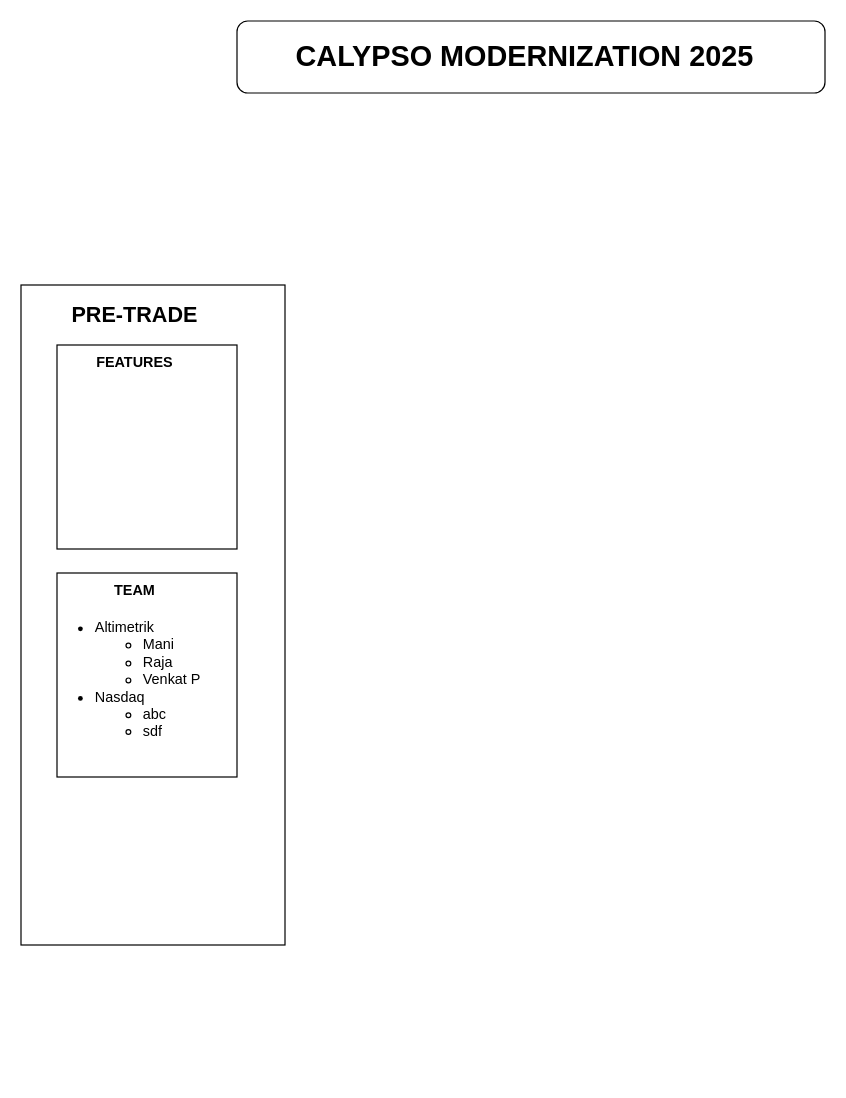
This is page "Roadmap 2025" (5 of 5) of Capital-Markets.drawio from rahulsrivastava-pro/Visualizations, a draw.io file, before an edit. Source tidied: cells renumbered, new cells numbered last; positions are measured from the earlier drawing's top-left corner, leaving out a move shared by most shapes. Both pictures are drawn from the tidied source at 120%, with x=0, y=0 at pixel (20, 20).
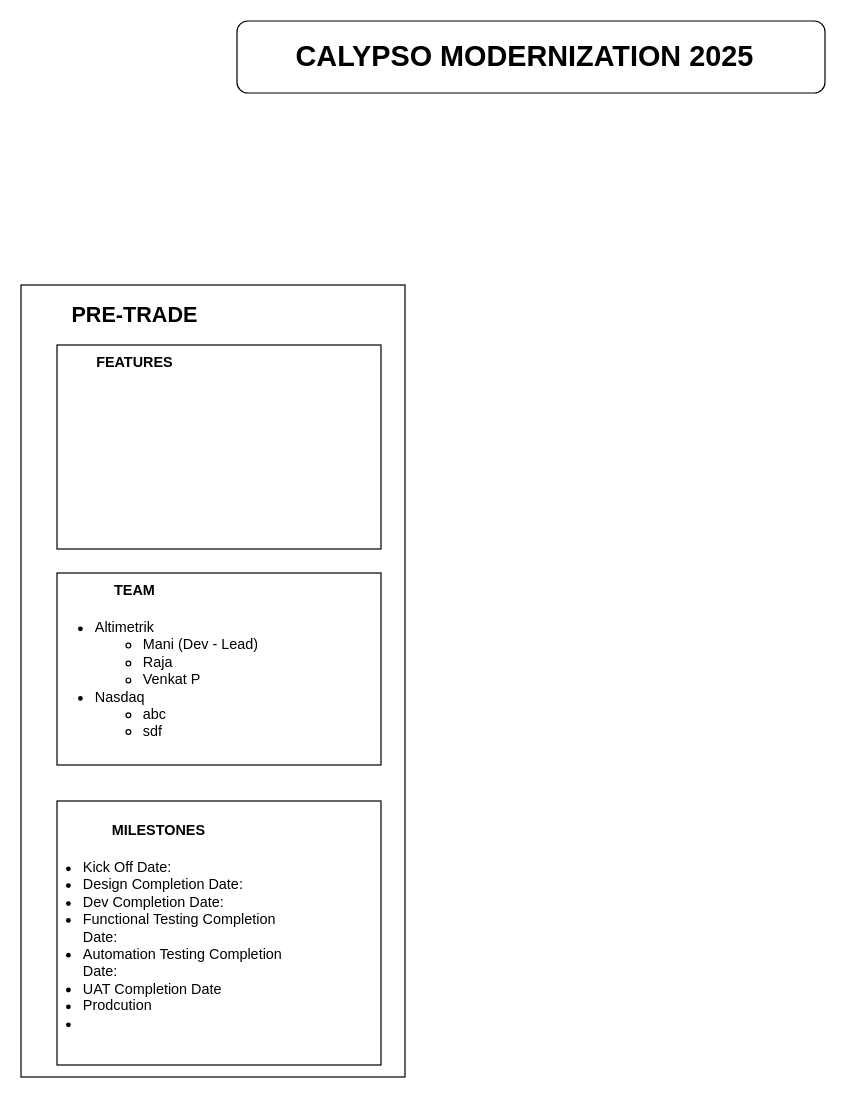
After the change.

What changed in the source:
```diff
@@
 <mxGraphModel>
   <root>
     <mxCell id="0" />
     <mxCell id="1" parent="0" />
     <mxCell id="2" style="rounded=1;whiteSpace=wrap;html=1;" parent="1" vertex="1">
       <mxGeometry x="180" width="490" height="60" as="geometry" />
     </mxCell>
     <mxCell id="3" style="rounded=0;whiteSpace=wrap;html=1;" parent="1" vertex="1">
-      <mxGeometry y="220" width="220" height="550" as="geometry" />
+      <mxGeometry y="220" width="320" height="660" as="geometry" />
     </mxCell>
     <mxCell id="4" value="&lt;div&gt;&lt;br&gt;&lt;/div&gt;&lt;div&gt;&lt;br&gt;&lt;/div&gt;" style="rounded=0;whiteSpace=wrap;html=1;" parent="1" vertex="1">
-      <mxGeometry x="30" y="270" width="150" height="170" as="geometry" />
+      <mxGeometry x="30" y="270" width="270" height="170" as="geometry" />
     </mxCell>
     <mxCell id="5" value="&lt;b&gt;FEATURES&lt;/b&gt;" style="text;html=1;align=center;verticalAlign=middle;whiteSpace=wrap;rounded=0;" parent="1" vertex="1">
       <mxGeometry x="30" y="270" width="130" height="30" as="geometry" />
     </mxCell>
     <mxCell id="6" value="&lt;font style=&quot;font-size: 24px;&quot;&gt;&lt;b&gt;CALYPSO MODERNIZATION 2025&lt;br&gt;&lt;/b&gt;&lt;/font&gt;" style="text;html=1;align=center;verticalAlign=middle;whiteSpace=wrap;rounded=0;" parent="1" vertex="1">
       <mxGeometry x="200" y="15" width="440" height="30" as="geometry" />
     </mxCell>
     <mxCell id="7" value="&lt;font style=&quot;font-size: 18px;&quot;&gt;&lt;b&gt;PRE-TRADE&lt;/b&gt;&lt;/font&gt;" style="text;html=1;align=center;verticalAlign=middle;whiteSpace=wrap;rounded=0;" parent="1" vertex="1">
       <mxGeometry x="30" y="230" width="130" height="30" as="geometry" />
     </mxCell>
     <mxCell id="8" value="&lt;div&gt;&lt;br&gt;&lt;/div&gt;&lt;div&gt;&lt;br&gt;&lt;/div&gt;" style="rounded=0;whiteSpace=wrap;html=1;" parent="1" vertex="1">
-      <mxGeometry x="30" y="460" width="150" height="170" as="geometry" />
+      <mxGeometry x="30" y="460" width="270" height="160" as="geometry" />
     </mxCell>
     <mxCell id="9" value="&lt;b&gt;TEAM&lt;/b&gt;" style="text;html=1;align=center;verticalAlign=middle;whiteSpace=wrap;rounded=0;" parent="1" vertex="1">
       <mxGeometry x="30" y="460" width="130" height="30" as="geometry" />
     </mxCell>
-    <mxCell id="10" value="&lt;ul&gt;&lt;li&gt;Altimetrik&lt;/li&gt;&lt;ul&gt;&lt;li&gt;Mani &lt;br&gt;&lt;/li&gt;&lt;li&gt;Raja &lt;br&gt;&lt;/li&gt;&lt;li&gt;Venkat P&lt;br&gt;&lt;/li&gt;&lt;/ul&gt;&lt;li&gt;Nasdaq&lt;/li&gt;&lt;ul&gt;&lt;li&gt;abc &lt;br&gt;&lt;/li&gt;&lt;li&gt;sdf&lt;/li&gt;&lt;li&gt;&lt;br&gt;&lt;/li&gt;&lt;/ul&gt;&lt;/ul&gt;" style="text;html=1;whiteSpace=wrap;overflow=hidden;rounded=0;" parent="1" vertex="1">
-      <mxGeometry x="20" y="480" width="150" height="120" as="geometry" />
+    <mxCell id="10" value="&lt;ul&gt;&lt;li&gt;Altimetrik&lt;/li&gt;&lt;ul&gt;&lt;li&gt;Mani (Dev - Lead) &lt;br&gt;&lt;/li&gt;&lt;li&gt;Raja &lt;br&gt;&lt;/li&gt;&lt;li&gt;Venkat P&lt;br&gt;&lt;/li&gt;&lt;/ul&gt;&lt;li&gt;Nasdaq&lt;/li&gt;&lt;ul&gt;&lt;li&gt;abc &lt;br&gt;&lt;/li&gt;&lt;li&gt;sdf&lt;/li&gt;&lt;li&gt;&lt;br&gt;&lt;/li&gt;&lt;/ul&gt;&lt;/ul&gt;" style="text;html=1;whiteSpace=wrap;overflow=hidden;rounded=0;" parent="1" vertex="1">
+      <mxGeometry x="20" y="480" width="230" height="120" as="geometry" />
     </mxCell>
+    <mxCell id="11" value="&lt;div&gt;&lt;br&gt;&lt;/div&gt;&lt;div&gt;&lt;br&gt;&lt;/div&gt;" style="rounded=0;whiteSpace=wrap;html=1;" parent="1" vertex="1">
+      <mxGeometry x="30" y="650" width="270" height="220" as="geometry" />
+    </mxCell>
+    <mxCell id="12" value="&lt;b&gt;MILESTONES&lt;/b&gt;" style="text;html=1;align=center;verticalAlign=middle;whiteSpace=wrap;rounded=0;" parent="1" vertex="1">
+      <mxGeometry x="50" y="660" width="130" height="30" as="geometry" />
+    </mxCell>
+    <mxCell id="13" value="&lt;ul&gt;&lt;li&gt;Kick Off Date: &lt;br&gt;&lt;/li&gt;&lt;li&gt;Design Completion Date:&lt;/li&gt;&lt;li&gt;Dev Completion Date: &lt;br&gt;&lt;/li&gt;&lt;li&gt;Functional Testing Completion Date:&lt;/li&gt;&lt;li&gt;Automation Testing Completion Date: &lt;br&gt;&lt;/li&gt;&lt;li&gt;UAT Completion Date&lt;/li&gt;&lt;li&gt;Prodcution &lt;br&gt;&lt;/li&gt;&lt;li&gt;&lt;/li&gt;&lt;ul&gt;&lt;/ul&gt;&lt;/ul&gt;" style="text;html=1;whiteSpace=wrap;overflow=hidden;rounded=0;" parent="1" vertex="1">
+      <mxGeometry x="10" y="680" width="230" height="180" as="geometry" />
+    </mxCell>
   </root>
 </mxGraphModel>
```
